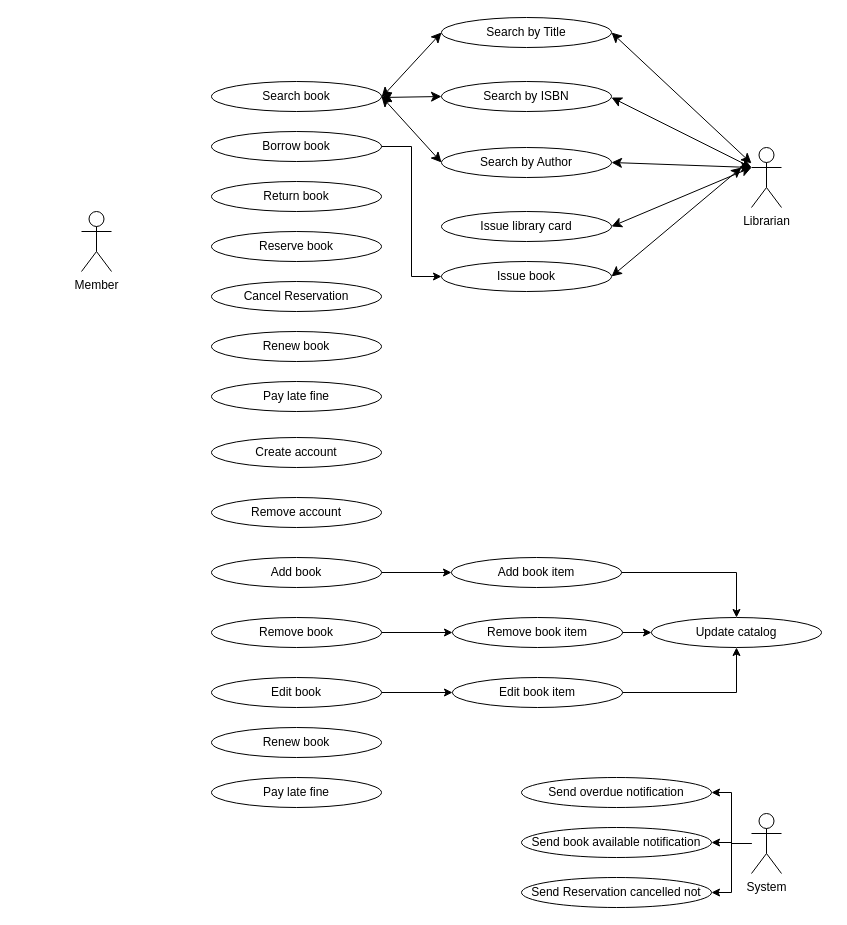
This is Untitled Diagram.drawio from pranayinos/diagrams, a draw.io file, before an edit. Source tidied: cells renumbered, new cells numbered last; positions are measured from the earlier drawing's top-left corner, leaving out a move shared by most shapes. Both pictures are drawn from the tidied source at 100%, with x=0, y=0 at pixel (81, 17).
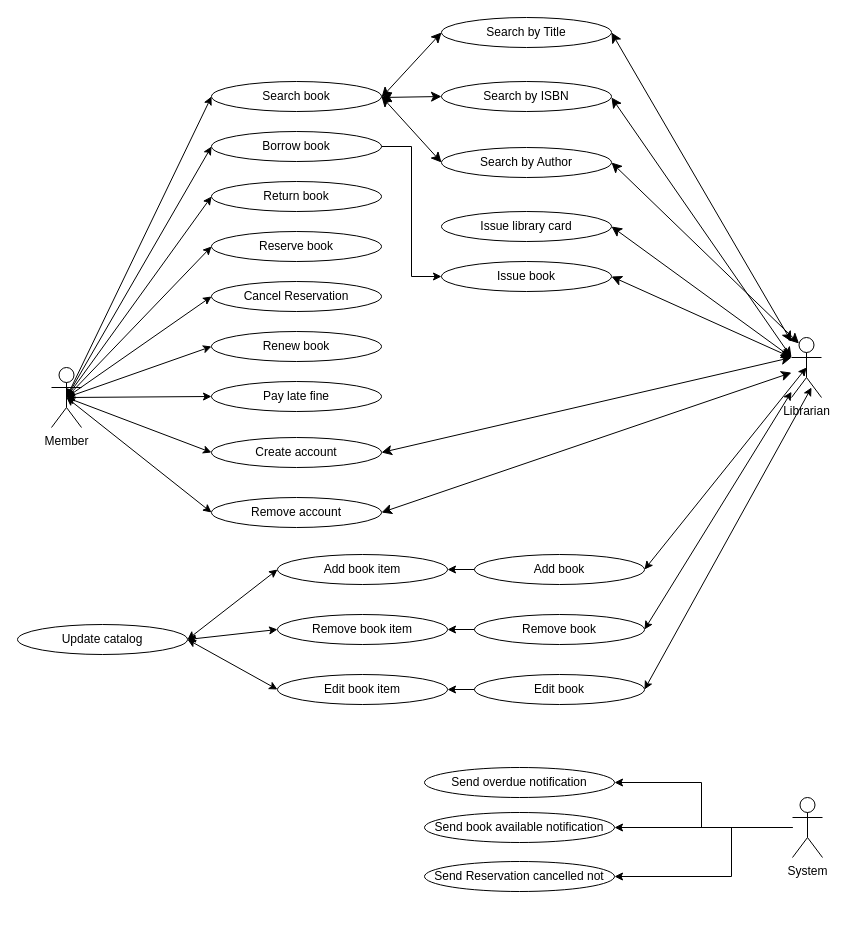
The same page after the edit.

Commit message:
Update Library Usecase Diagram.drawio

The change refers to these unchanged cells:
```xml
<mxCell id="9" value="Borrow book" style="ellipse;whiteSpace=wrap;html=1;" parent="1" vertex="1">
  <mxGeometry x="130" y="114" width="170" height="30" as="geometry" />
</mxCell>
<mxCell id="10" value="Return book" style="ellipse;whiteSpace=wrap;html=1;" parent="1" vertex="1">
  <mxGeometry x="130" y="164" width="170" height="30" as="geometry" />
</mxCell>
<mxCell id="11" value="Cancel Reservation" style="ellipse;whiteSpace=wrap;html=1;" parent="1" vertex="1">
  <mxGeometry x="130" y="264" width="170" height="30" as="geometry" />
</mxCell>
<mxCell id="12" value="Renew book" style="ellipse;whiteSpace=wrap;html=1;" parent="1" vertex="1">
  <mxGeometry x="130" y="314" width="170" height="30" as="geometry" />
</mxCell>
<mxCell id="13" value="Pay late fine" style="ellipse;whiteSpace=wrap;html=1;" parent="1" vertex="1">
  <mxGeometry x="130" y="364" width="170" height="30" as="geometry" />
</mxCell>
<mxCell id="25" value="Search book" style="ellipse;whiteSpace=wrap;html=1;" parent="1" vertex="1">
  <mxGeometry x="130" y="64" width="170" height="30" as="geometry" />
</mxCell>
<mxCell id="26" value="Reserve book" style="ellipse;whiteSpace=wrap;html=1;" parent="1" vertex="1">
  <mxGeometry x="130" y="214" width="170" height="30" as="geometry" />
</mxCell>
<mxCell id="27" value="Issue book" style="ellipse;whiteSpace=wrap;html=1;" parent="1" vertex="1">
  <mxGeometry x="360" y="244" width="170" height="30" as="geometry" />
</mxCell>
<mxCell id="28" value="Issue library card" style="ellipse;whiteSpace=wrap;html=1;" parent="1" vertex="1">
  <mxGeometry x="360" y="194" width="170" height="30" as="geometry" />
</mxCell>
<mxCell id="30" value="Search by Author" style="ellipse;whiteSpace=wrap;html=1;" parent="1" vertex="1">
  <mxGeometry x="360" y="130" width="170" height="30" as="geometry" />
</mxCell>
<mxCell id="36" value="Create account" style="ellipse;whiteSpace=wrap;html=1;" parent="1" vertex="1">
  <mxGeometry x="130" y="420" width="170" height="30" as="geometry" />
</mxCell>
<mxCell id="37" value="Remove account" style="ellipse;whiteSpace=wrap;html=1;" parent="1" vertex="1">
  <mxGeometry x="130" y="480" width="170" height="30" as="geometry" />
</mxCell>
```

The edit, as a diff of the source:
```diff
@@
     <mxCell id="2" value="Member" style="shape=umlActor;verticalLabelPosition=bottom;verticalAlign=top;html=1;outlineConnect=0;" parent="1" vertex="1">
-      <mxGeometry y="194" width="30" height="60" as="geometry" />
+      <mxGeometry x="-30" y="350" width="30" height="60" as="geometry" />
     </mxCell>
     <mxCell id="3" value="Librarian" style="shape=umlActor;verticalLabelPosition=bottom;verticalAlign=top;html=1;outlineConnect=0;" parent="1" vertex="1">
-      <mxGeometry x="670" y="130" width="30" height="60" as="geometry" />
+      <mxGeometry x="710" y="320" width="30" height="60" as="geometry" />
     </mxCell>
     <mxCell id="4" style="edgeStyle=orthogonalEdgeStyle;rounded=0;jettySize=auto;html=1;entryX=1;entryY=0.5;entryDx=0;entryDy=0;" parent="1" edge="1" source="7" target="22">
-      <mxGeometry relative="1" as="geometry" />
+      <mxGeometry relative="1" as="geometry">
+        <Array as="points">
+          <mxPoint x="620" y="810" />
+          <mxPoint x="620" y="765" />
+        </Array>
+      </mxGeometry>
     </mxCell>
     <mxCell id="5" style="edgeStyle=orthogonalEdgeStyle;rounded=0;jettySize=auto;html=1;entryX=1;entryY=0.5;entryDx=0;entryDy=0;" parent="1" edge="1" source="7" target="24">
-      <mxGeometry relative="1" as="geometry" />
+      <mxGeometry relative="1" as="geometry">
+        <Array as="points">
+          <mxPoint x="650" y="810" />
+          <mxPoint x="650" y="859" />
+        </Array>
+      </mxGeometry>
     </mxCell>
@@
     <mxCell id="7" value="System" style="shape=umlActor;verticalLabelPosition=bottom;verticalAlign=top;html=1;outlineConnect=0;" parent="1" vertex="1">
-      <mxGeometry x="670" y="796" width="30" height="60" as="geometry" />
+      <mxGeometry x="711" y="780" width="30" height="60" as="geometry" />
     </mxCell>
@@
-    <mxCell id="14" style="edgeStyle=orthogonalEdgeStyle;rounded=0;jettySize=auto;html=1;" parent="1" edge="1" source="15" target="39">
+    <mxCell id="14" style="edgeStyle=orthogonalEdgeStyle;rounded=0;jettySize=auto;html=1;exitX=0;exitY=0.5;exitDx=0;exitDy=0;" parent="1" edge="1" source="15" target="39">
       <mxGeometry relative="1" as="geometry" />
     </mxCell>
     <mxCell id="15" value="Add book" style="ellipse;whiteSpace=wrap;html=1;" parent="1" vertex="1">
-      <mxGeometry x="130" y="540" width="170" height="30" as="geometry" />
+      <mxGeometry x="393" y="537" width="170" height="30" as="geometry" />
     </mxCell>
@@
     <mxCell id="17" value="Remove book" style="ellipse;whiteSpace=wrap;html=1;" parent="1" vertex="1">
-      <mxGeometry x="130" y="600" width="170" height="30" as="geometry" />
+      <mxGeometry x="393" y="597" width="170" height="30" as="geometry" />
     </mxCell>
-    <mxCell id="18" style="edgeStyle=orthogonalEdgeStyle;rounded=0;jettySize=auto;html=1;exitX=1;exitY=0.5;exitDx=0;exitDy=0;entryX=0.5;entryY=1;entryDx=0;entryDy=0;" parent="1" edge="1" source="19" target="44">
-      <mxGeometry relative="1" as="geometry" />
-    </mxCell>
     <mxCell id="19" value="Edit book item" style="ellipse;whiteSpace=wrap;html=1;" parent="1" vertex="1">
-      <mxGeometry x="371" y="660" width="170" height="30" as="geometry" />
+      <mxGeometry x="196" y="657" width="170" height="30" as="geometry" />
     </mxCell>
-    <mxCell id="20" value="Renew book" style="ellipse;whiteSpace=wrap;html=1;" parent="1" vertex="1">
-      <mxGeometry x="130" y="710" width="170" height="30" as="geometry" />
-    </mxCell>
-    <mxCell id="21" value="Pay late fine" style="ellipse;whiteSpace=wrap;html=1;" parent="1" vertex="1">
-      <mxGeometry x="130" y="760" width="170" height="30" as="geometry" />
-    </mxCell>
     <mxCell id="22" value="Send overdue notification" style="ellipse;whiteSpace=wrap;html=1;" parent="1" vertex="1">
-      <mxGeometry x="440" y="760" width="190" height="30" as="geometry" />
+      <mxGeometry x="343" y="750" width="190" height="30" as="geometry" />
     </mxCell>
     <mxCell id="23" value="Send book available notification" style="ellipse;whiteSpace=wrap;html=1;" parent="1" vertex="1">
-      <mxGeometry x="440" y="810" width="190" height="30" as="geometry" />
+      <mxGeometry x="343" y="795" width="190" height="30" as="geometry" />
     </mxCell>
     <mxCell id="24" value="Send Reservation cancelled not" style="ellipse;whiteSpace=wrap;html=1;" parent="1" vertex="1">
-      <mxGeometry x="440" y="860" width="190" height="30" as="geometry" />
+      <mxGeometry x="343" y="844" width="190" height="30" as="geometry" />
     </mxCell>
@@
-    <mxCell id="38" style="edgeStyle=orthogonalEdgeStyle;rounded=0;jettySize=auto;html=1;entryX=0.5;entryY=0;entryDx=0;entryDy=0;" parent="1" edge="1" source="39" target="44">
-      <mxGeometry relative="1" as="geometry" />
-    </mxCell>
     <mxCell id="39" value="Add book item" style="ellipse;whiteSpace=wrap;html=1;" parent="1" vertex="1">
-      <mxGeometry x="370" y="540" width="170" height="30" as="geometry" />
+      <mxGeometry x="196" y="537" width="170" height="30" as="geometry" />
     </mxCell>
-    <mxCell id="40" style="edgeStyle=orthogonalEdgeStyle;rounded=0;jettySize=auto;html=1;exitX=1;exitY=0.5;exitDx=0;exitDy=0;entryX=0;entryY=0.5;entryDx=0;entryDy=0;" parent="1" edge="1" source="41" target="44">
-      <mxGeometry relative="1" as="geometry" />
-    </mxCell>
-    <mxCell id="41" value="Remove book item" style="ellipse;whiteSpace=wrap;html=1;" parent="1" vertex="1">
-      <mxGeometry x="371" y="600" width="170" height="30" as="geometry" />
-    </mxCell>
@@
     <mxCell id="43" value="Edit book" style="ellipse;whiteSpace=wrap;html=1;" parent="1" vertex="1">
-      <mxGeometry x="130" y="660" width="170" height="30" as="geometry" />
+      <mxGeometry x="393" y="657" width="170" height="30" as="geometry" />
     </mxCell>
     <mxCell id="44" value="Update catalog" style="ellipse;whiteSpace=wrap;html=1;" parent="1" vertex="1">
-      <mxGeometry x="570" y="600" width="170" height="30" as="geometry" />
+      <mxGeometry x="-64" y="607" width="170" height="30" as="geometry" />
     </mxCell>
@@
-    <mxCell id="47" style="edgeStyle=none;jettySize=auto;html=1;endArrow=classic;startArrow=classic;endSize=8;startSize=8;rounded=0;entryX=1;entryY=0.5;entryDx=0;entryDy=0;" parent="1" edge="1" target="30">
-      <mxGeometry relative="1" as="geometry">
-        <mxPoint x="670" y="150" as="sourcePoint" />
-      </mxGeometry>
+    <mxCell id="47" style="edgeStyle=none;jettySize=auto;html=1;endArrow=classic;startArrow=classic;endSize=8;startSize=8;rounded=0;entryX=1;entryY=0.5;entryDx=0;entryDy=0;exitX=0.25;exitY=0.1;exitDx=0;exitDy=0;exitPerimeter=0;" parent="1" edge="1" source="3" target="30">
+      <mxGeometry relative="1" as="geometry" />
     </mxCell>
-    <mxCell id="48" style="edgeStyle=none;jettySize=auto;html=1;endArrow=classic;startArrow=classic;endSize=8;startSize=8;rounded=0;entryX=1;entryY=0.5;entryDx=0;entryDy=0;" parent="1" edge="1" target="28">
-      <mxGeometry relative="1" as="geometry">
-        <mxPoint x="670" y="150" as="sourcePoint" />
-      </mxGeometry>
+    <mxCell id="48" style="edgeStyle=none;jettySize=auto;html=1;endArrow=classic;startArrow=classic;endSize=8;startSize=8;rounded=0;entryX=1;entryY=0.5;entryDx=0;entryDy=0;exitX=0;exitY=0.3333333333333333;exitDx=0;exitDy=0;exitPerimeter=0;" parent="1" edge="1" source="3" target="28">
+      <mxGeometry relative="1" as="geometry" />
     </mxCell>
-    <mxCell id="49" style="edgeStyle=none;jettySize=auto;html=1;endArrow=classic;startArrow=classic;endSize=8;startSize=8;rounded=0;entryX=1;entryY=0.5;entryDx=0;entryDy=0;" parent="1" edge="1" target="27">
-      <mxGeometry relative="1" as="geometry">
-        <mxPoint x="660" y="150" as="sourcePoint" />
-      </mxGeometry>
+    <mxCell id="49" style="edgeStyle=none;jettySize=auto;html=1;endArrow=classic;startArrow=classic;endSize=8;startSize=8;rounded=0;entryX=1;entryY=0.5;entryDx=0;entryDy=0;exitX=0;exitY=0.3333333333333333;exitDx=0;exitDy=0;exitPerimeter=0;" parent="1" edge="1" source="3" target="27">
+      <mxGeometry relative="1" as="geometry" />
     </mxCell>
+    <mxCell id="50" style="edgeStyle=none;jettySize=auto;html=1;endArrow=classic;startArrow=classic;endSize=8;startSize=8;rounded=0;entryX=1;entryY=0.5;entryDx=0;entryDy=0;" parent="1" edge="1" source="3" target="37">
+      <mxGeometry relative="1" as="geometry" />
+    </mxCell>
+    <mxCell id="51" style="edgeStyle=none;jettySize=auto;html=1;endArrow=classic;startArrow=classic;endSize=8;startSize=8;rounded=0;entryX=1;entryY=0.5;entryDx=0;entryDy=0;exitX=0;exitY=0.3333333333333333;exitDx=0;exitDy=0;exitPerimeter=0;" parent="1" edge="1" source="3" target="36">
+      <mxGeometry relative="1" as="geometry" />
+    </mxCell>
+    <mxCell id="52" style="endArrow=classic;startArrow=classic;html=1;rounded=0;entryX=0;entryY=0.5;entryDx=0;entryDy=0;exitX=0.5;exitY=0.5;exitDx=0;exitDy=0;exitPerimeter=0;" parent="1" edge="1" source="2" target="25">
+      <mxGeometry relative="1" as="geometry" />
+    </mxCell>
+    <mxCell id="53" style="endArrow=classic;startArrow=classic;html=1;rounded=0;entryX=0;entryY=0.5;entryDx=0;entryDy=0;exitX=0.5;exitY=0.5;exitDx=0;exitDy=0;exitPerimeter=0;" parent="1" edge="1" source="2" target="9">
+      <mxGeometry relative="1" as="geometry" />
+    </mxCell>
+    <mxCell id="54" style="endArrow=classic;startArrow=classic;html=1;rounded=0;entryX=0;entryY=0.5;entryDx=0;entryDy=0;exitX=0.5;exitY=0.5;exitDx=0;exitDy=0;exitPerimeter=0;" parent="1" edge="1" source="2" target="10">
+      <mxGeometry relative="1" as="geometry" />
+    </mxCell>
+    <mxCell id="55" style="endArrow=classic;startArrow=classic;html=1;rounded=0;entryX=0;entryY=0.5;entryDx=0;entryDy=0;exitX=0.5;exitY=0.5;exitDx=0;exitDy=0;exitPerimeter=0;" parent="1" edge="1" source="2" target="26">
+      <mxGeometry relative="1" as="geometry" />
+    </mxCell>
+    <mxCell id="56" style="endArrow=classic;startArrow=classic;html=1;rounded=0;entryX=0;entryY=0.5;entryDx=0;entryDy=0;exitX=0.5;exitY=0.5;exitDx=0;exitDy=0;exitPerimeter=0;" parent="1" edge="1" source="2" target="11">
+      <mxGeometry relative="1" as="geometry" />
+    </mxCell>
+    <mxCell id="57" style="endArrow=classic;startArrow=classic;html=1;rounded=0;entryX=0;entryY=0.5;entryDx=0;entryDy=0;exitX=0.5;exitY=0.5;exitDx=0;exitDy=0;exitPerimeter=0;" parent="1" edge="1" source="2" target="12">
+      <mxGeometry relative="1" as="geometry" />
+    </mxCell>
+    <mxCell id="58" style="endArrow=classic;startArrow=classic;html=1;rounded=0;entryX=0;entryY=0.5;entryDx=0;entryDy=0;exitX=0.5;exitY=0.5;exitDx=0;exitDy=0;exitPerimeter=0;" parent="1" edge="1" source="2" target="13">
+      <mxGeometry relative="1" as="geometry" />
+    </mxCell>
+    <mxCell id="59" style="endArrow=classic;startArrow=classic;html=1;rounded=0;entryX=0;entryY=0.5;entryDx=0;entryDy=0;exitX=0.5;exitY=0.5;exitDx=0;exitDy=0;exitPerimeter=0;" parent="1" edge="1" source="2" target="36">
+      <mxGeometry relative="1" as="geometry" />
+    </mxCell>
+    <mxCell id="60" style="endArrow=classic;startArrow=classic;html=1;rounded=0;entryX=0;entryY=0.5;entryDx=0;entryDy=0;exitX=0.5;exitY=0.5;exitDx=0;exitDy=0;exitPerimeter=0;" parent="1" edge="1" source="2" target="37">
+      <mxGeometry relative="1" as="geometry" />
+    </mxCell>
+    <mxCell id="61" style="endArrow=classic;startArrow=classic;html=1;rounded=0;entryX=0.5;entryY=0.5;entryDx=0;entryDy=0;exitX=1;exitY=0.5;exitDx=0;exitDy=0;entryPerimeter=0;" parent="1" edge="1" source="15" target="3">
+      <mxGeometry relative="1" as="geometry" />
+    </mxCell>
+    <mxCell id="62" style="endArrow=classic;startArrow=classic;html=1;rounded=0;entryX=0;entryY=0.5;entryDx=0;entryDy=0;exitX=1;exitY=0.5;exitDx=0;exitDy=0;" parent="1" edge="1" source="44" target="39">
+      <mxGeometry relative="1" as="geometry" />
+    </mxCell>
+    <mxCell id="41" value="Remove book item" style="ellipse;whiteSpace=wrap;html=1;" parent="1" vertex="1">
+      <mxGeometry x="196" y="597" width="170" height="30" as="geometry" />
+    </mxCell>
+    <mxCell id="63" style="endArrow=classic;startArrow=classic;html=1;rounded=0;entryX=0;entryY=0.5;entryDx=0;entryDy=0;exitX=1;exitY=0.5;exitDx=0;exitDy=0;" parent="1" edge="1" source="44" target="41">
+      <mxGeometry relative="1" as="geometry" />
+    </mxCell>
+    <mxCell id="64" style="endArrow=classic;startArrow=classic;html=1;rounded=0;entryX=0;entryY=0.5;entryDx=0;entryDy=0;exitX=1;exitY=0.5;exitDx=0;exitDy=0;" parent="1" edge="1" source="44" target="19">
+      <mxGeometry relative="1" as="geometry" />
+    </mxCell>
+    <mxCell id="65" style="endArrow=classic;startArrow=classic;html=1;rounded=0;exitX=1;exitY=0.5;exitDx=0;exitDy=0;" parent="1" edge="1" source="17" target="3">
+      <mxGeometry relative="1" as="geometry" />
+    </mxCell>
+    <mxCell id="66" style="endArrow=classic;startArrow=classic;html=1;rounded=0;exitX=1;exitY=0.5;exitDx=0;exitDy=0;entryX=0.667;entryY=0.833;entryDx=0;entryDy=0;entryPerimeter=0;" parent="1" edge="1" source="43" target="3">
+      <mxGeometry relative="1" as="geometry" />
+    </mxCell>
```
